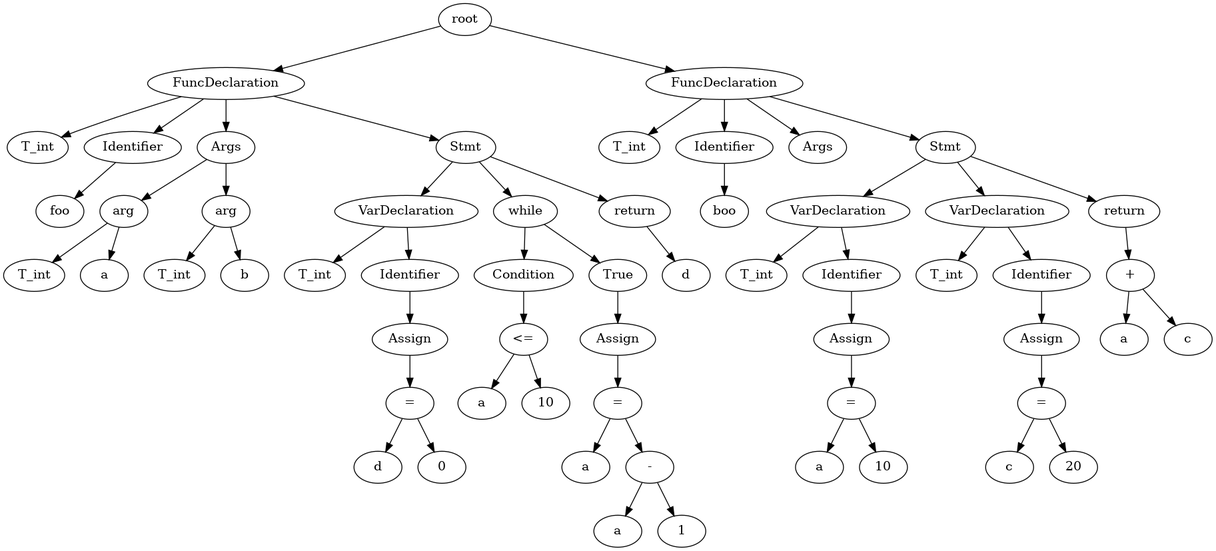
Jstar49/starCC keeps this Graphviz diagram as test.gv.png. Above is the earlier version. Its source is kept beside it as test.gv.
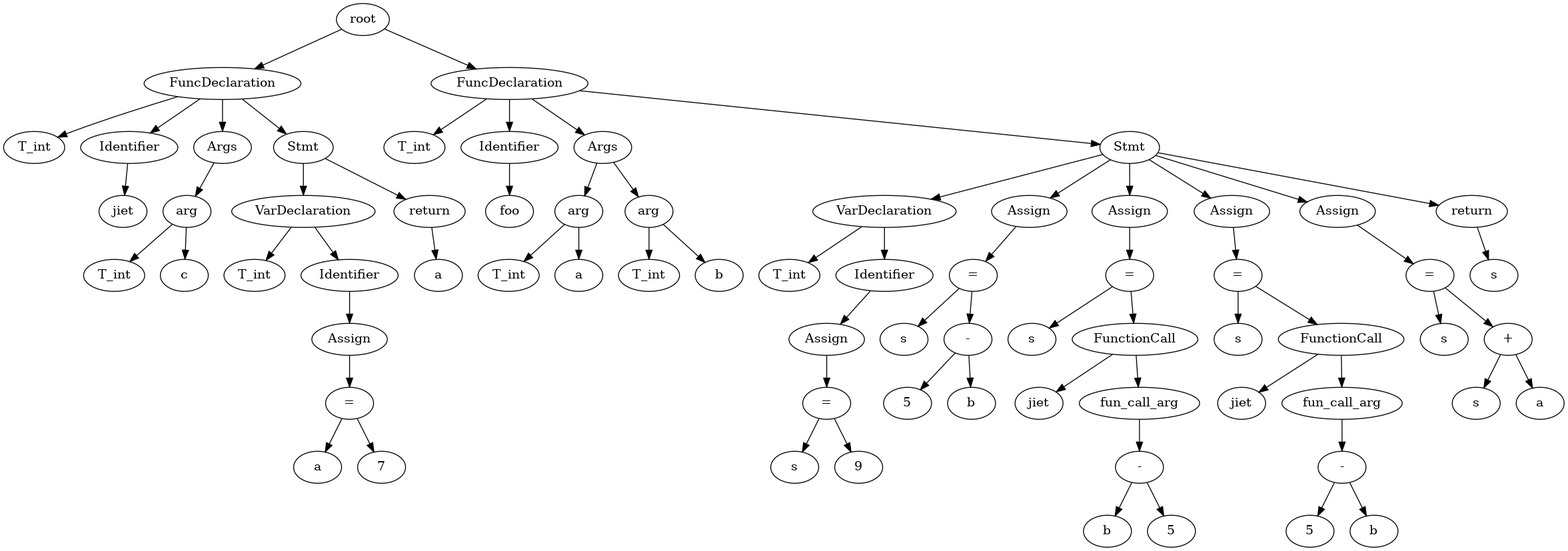
Above is the later version.

The edit, as a diff of the source:
```diff
@@ -6,7 +6,7 @@
 	0 -> 1
 	2 [label=Identifier]
 	0 -> 2
-	3 [label=foo]
+	3 [label=jiet]
 	2 -> 3
 	4 [label=Args]
 	0 -> 4
@@ -14,104 +14,128 @@
 	4 -> 5
 	6 [label=T_int]
 	5 -> 6
-	7 [label=a]
+	7 [label=c]
 	5 -> 7
-	8 [label=arg]
-	4 -> 8
-	9 [label=T_int]
+	8 [label=Stmt]
+	0 -> 8
+	9 [label=VarDeclaration]
 	8 -> 9
-	10 [label=b]
-	8 -> 10
-	11 [label=Stmt]
-	0 -> 11
-	12 [label=VarDeclaration]
+	10 [label=T_int]
+	9 -> 10
+	11 [label=Identifier]
+	9 -> 11
+	12 [label=Assign]
 	11 -> 12
-	13 [label=T_int]
-	12 -> 13
-	14 [label=Identifier]
+	14 [label="="]
 	12 -> 14
-	15 [label=Assign]
+	13 [label=a]
+	14 -> 13
+	15 [label=7]
 	14 -> 15
-	17 [label="="]
-	15 -> 17
-	16 [label=d]
-	17 -> 16
-	18 [label=0]
-	17 -> 18
-	19 [label=while]
-	11 -> 19
-	20 [label=Condition]
-	19 -> 20
-	22 [label="<="]
-	20 -> 22
-	21 [label=a]
-	22 -> 21
-	23 [label=10]
+	16 [label=return]
+	8 -> 16
+	17 [label=a]
+	16 -> 17
+	18 [label=FuncDeclaration]
+	None -> 18
+	19 [label=T_int]
+	18 -> 19
+	20 [label=Identifier]
+	18 -> 20
+	21 [label=foo]
+	20 -> 21
+	22 [label=Args]
+	18 -> 22
+	23 [label=arg]
 	22 -> 23
-	24 [label=True]
-	19 -> 24
-	25 [label=Assign]
-	24 -> 25
-	27 [label="="]
-	25 -> 27
-	26 [label=a]
-	27 -> 26
-	29 [label="-"]
-	27 -> 29
-	28 [label=a]
-	29 -> 28
-	30 [label=1]
+	24 [label=T_int]
+	23 -> 24
+	25 [label=a]
+	23 -> 25
+	26 [label=arg]
+	22 -> 26
+	27 [label=T_int]
+	26 -> 27
+	28 [label=b]
+	26 -> 28
+	29 [label=Stmt]
+	18 -> 29
+	30 [label=VarDeclaration]
 	29 -> 30
-	31 [label=return]
-	11 -> 31
-	32 [label=d]
-	31 -> 32
-	33 [label=FuncDeclaration]
-	None -> 33
-	34 [label=T_int]
-	33 -> 34
-	35 [label=Identifier]
+	31 [label=T_int]
+	30 -> 31
+	32 [label=Identifier]
+	30 -> 32
+	33 [label=Assign]
+	32 -> 33
+	35 [label="="]
 	33 -> 35
-	36 [label=boo]
+	34 [label=s]
+	35 -> 34
+	36 [label=9]
 	35 -> 36
-	37 [label=Args]
-	33 -> 37
-	38 [label=Stmt]
-	33 -> 38
-	39 [label=VarDeclaration]
-	38 -> 39
-	40 [label=T_int]
-	39 -> 40
-	41 [label=Identifier]
+	37 [label=Assign]
+	29 -> 37
+	39 [label="="]
+	37 -> 39
+	38 [label=s]
+	39 -> 38
+	41 [label="-"]
 	39 -> 41
-	42 [label=Assign]
+	40 [label=5]
+	41 -> 40
+	42 [label=b]
 	41 -> 42
-	44 [label="="]
-	42 -> 44
-	43 [label=a]
-	44 -> 43
-	45 [label=10]
-	44 -> 45
-	46 [label=VarDeclaration]
-	38 -> 46
-	47 [label=T_int]
+	43 [label=Assign]
+	29 -> 43
+	45 [label="="]
+	43 -> 45
+	44 [label=s]
+	45 -> 44
+	46 [label=FunctionCall]
+	45 -> 46
+	47 [label=jiet]
 	46 -> 47
-	48 [label=Identifier]
+	48 [label=fun_call_arg]
 	46 -> 48
-	49 [label=Assign]
-	48 -> 49
-	51 [label="="]
-	49 -> 51
-	50 [label=c]
-	51 -> 50
-	52 [label=20]
-	51 -> 52
-	53 [label=return]
-	38 -> 53
-	55 [label="+"]
-	53 -> 55
-	54 [label=a]
-	55 -> 54
-	56 [label=c]
+	50 [label="-"]
+	48 -> 50
+	49 [label=b]
+	50 -> 49
+	51 [label=5]
+	50 -> 51
+	52 [label=Assign]
+	29 -> 52
+	54 [label="="]
+	52 -> 54
+	53 [label=s]
+	54 -> 53
+	55 [label=FunctionCall]
+	54 -> 55
+	56 [label=jiet]
 	55 -> 56
+	57 [label=fun_call_arg]
+	55 -> 57
+	59 [label="-"]
+	57 -> 59
+	58 [label=5]
+	59 -> 58
+	60 [label=b]
+	59 -> 60
+	61 [label=Assign]
+	29 -> 61
+	63 [label="="]
+	61 -> 63
+	62 [label=s]
+	63 -> 62
+	65 [label="+"]
+	63 -> 65
+	64 [label=s]
+	65 -> 64
+	66 [label=a]
+	65 -> 66
+	67 [label=return]
+	29 -> 67
+	68 [label=s]
+	67 -> 68
 }
```
